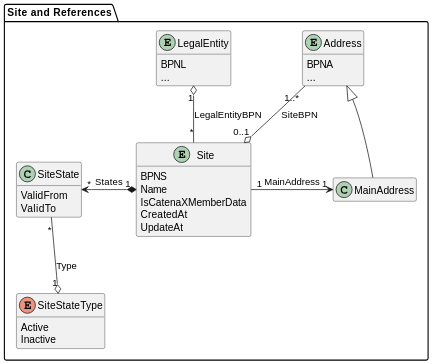
Earlier version of the PlantUML export docs/standards/CX-0012-BusinessPartnerDataPoolAPI/assets/diagrams/class/site.svg (catenax-eV/catenax-ev.github.io). Its diagram source:
```plantuml
@startuml site

skinparam dpi 50

package "Site and References" {
  entity LegalEntity {
    BPNL
    ...
  }

  entity Site {
    BPNS
    Name
    IsCatenaXMemberData
    CreatedAt
    UpdateAt
  }

  entity Address {
      BPNA
      ...
  }

  class SiteState {
    ValidFrom
    ValidTo
  }

  enum SiteStateType{
      Active
      Inactive
    }

  class MainAddress {}




  Site "*" -u-o "1" LegalEntity : LegalEntityBPN
  Address "1..*" -d-o "0..1" Site: SiteBPN

  Site "1" *-l-> "*" SiteState : States
  SiteState "*" -d-o "1" SiteStateType : Type

  Site "1" -r-> "1" MainAddress : MainAddress
  MainAddress -u-|> Address


}

hide methods
hide MainAddress members
@enduml
```
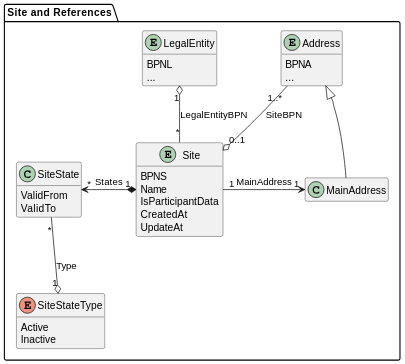
After the commit.

The edit, as a diff of the source:
```diff
@@ -1,5 +1,4 @@
-@startuml site
-
+@startuml
 skinparam dpi 50
 
 package "Site and References" {
@@ -11,7 +10,7 @@
   entity Site {
     BPNS
     Name
-    IsCatenaXMemberData
+    IsParticipantData
     CreatedAt
     UpdateAt
   }
```
